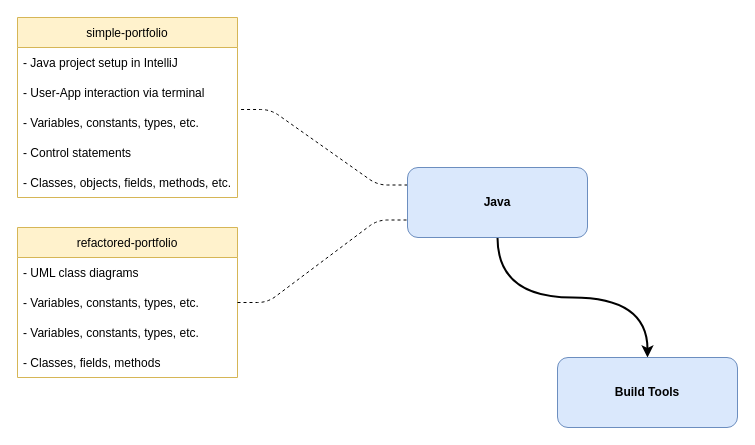
The draw.io diagram programming_journey.drawio in mykingdomforapawn/software-architecture-journey, before the edit. Source tidied: cells renumbered, new cells numbered last; positions are measured from the earlier drawing's top-left corner, leaving out a move shared by most shapes. Both pictures are drawn from the tidied source at 100%, with x=0, y=0 at pixel (17, 17).
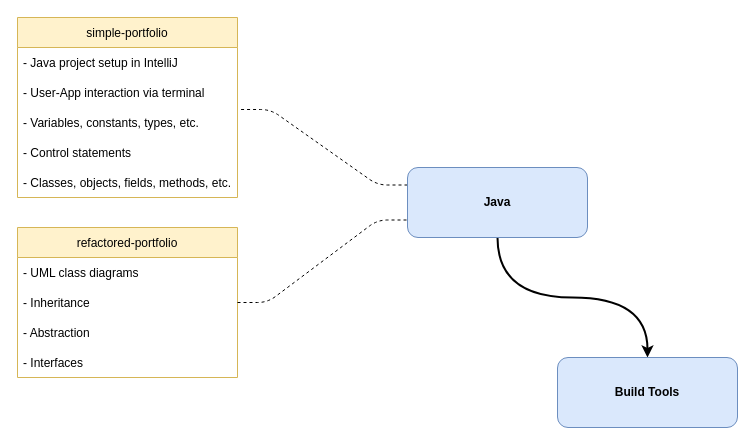
After the change.

Diff of the diagram source:
```diff
@@
 <mxGraphModel background="#ffffff">
   <root>
     <mxCell id="0" />
     <mxCell id="1" parent="0" />
     <mxCell id="2" style="edgeStyle=entityRelationEdgeStyle;jettySize=auto;html=1;entryX=1.014;entryY=0.067;entryDx=0;entryDy=0;entryPerimeter=0;exitX=0;exitY=0.25;exitDx=0;exitDy=0;dashed=1;elbow=vertical;endArrow=none;endFill=0;" parent="1" edge="1" source="4" target="8">
       <mxGeometry relative="1" as="geometry" />
     </mxCell>
     <mxCell id="3" style="edgeStyle=orthogonalEdgeStyle;curved=1;jettySize=auto;html=1;startArrow=none;startFill=0;endArrow=classic;endFill=1;strokeWidth=2;elbow=vertical;" parent="1" edge="1" source="4" target="17">
       <mxGeometry relative="1" as="geometry" />
     </mxCell>
     <mxCell id="4" value="&lt;b&gt;Java&lt;/b&gt;" style="rounded=1;whiteSpace=wrap;html=1;fillColor=#dae8fc;strokeColor=#6c8ebf;" parent="1" vertex="1">
       <mxGeometry x="390" y="150" width="180" height="70" as="geometry" />
     </mxCell>
     <mxCell id="5" value="simple-portfolio" style="swimlane;fontStyle=0;horizontal=1;startSize=30;fillColor=#fff2cc;strokeColor=#d6b656;" parent="1" vertex="1">
       <mxGeometry width="220" height="180" as="geometry" />
     </mxCell>
     <mxCell id="6" value="- Java project setup in IntelliJ" style="text;strokeColor=none;fillColor=none;align=left;verticalAlign=middle;spacingLeft=4;spacingRight=4;overflow=hidden;" parent="5" vertex="1">
       <mxGeometry y="30" width="220" height="30" as="geometry" />
     </mxCell>
     <mxCell id="7" value="- User-App interaction via terminal" style="text;strokeColor=none;fillColor=none;align=left;verticalAlign=middle;spacingLeft=4;spacingRight=4;overflow=hidden;" parent="5" vertex="1">
       <mxGeometry y="60" width="220" height="30" as="geometry" />
     </mxCell>
     <mxCell id="8" value="- Variables, constants, types, etc." style="text;strokeColor=none;fillColor=none;align=left;verticalAlign=middle;spacingLeft=4;spacingRight=4;overflow=hidden;points=[[0,0.5],[1,0.5]];portConstraint=eastwest;" parent="5" vertex="1">
       <mxGeometry y="90" width="220" height="30" as="geometry" />
     </mxCell>
     <mxCell id="9" value="- Control statements" style="text;strokeColor=none;fillColor=none;align=left;verticalAlign=middle;spacingLeft=4;spacingRight=4;overflow=hidden;" parent="5" vertex="1">
       <mxGeometry y="120" width="220" height="30" as="geometry" />
     </mxCell>
     <mxCell id="10" value="- Classes, objects, fields, methods, etc." style="text;strokeColor=none;fillColor=none;align=left;verticalAlign=middle;spacingLeft=4;spacingRight=4;overflow=hidden;" parent="5" vertex="1">
       <mxGeometry y="150" width="220" height="30" as="geometry" />
     </mxCell>
     <mxCell id="11" value="refactored-portfolio" style="swimlane;fontStyle=0;horizontal=1;startSize=30;fillColor=#fff2cc;strokeColor=#d6b656;" parent="1" vertex="1">
       <mxGeometry y="210" width="220" height="150" as="geometry" />
     </mxCell>
     <mxCell id="12" value="- UML class diagrams" style="text;strokeColor=none;fillColor=none;align=left;verticalAlign=middle;spacingLeft=4;spacingRight=4;overflow=hidden;" parent="11" vertex="1">
       <mxGeometry y="30" width="220" height="30" as="geometry" />
     </mxCell>
-    <mxCell id="13" value="- Variables, constants, types, etc." style="text;strokeColor=none;fillColor=none;align=left;verticalAlign=middle;spacingLeft=4;spacingRight=4;overflow=hidden;points=[[0,0.5],[1,0.5]];portConstraint=eastwest;" parent="11" vertex="1">
+    <mxCell id="13" value="- Inheritance" style="text;strokeColor=none;fillColor=none;align=left;verticalAlign=middle;spacingLeft=4;spacingRight=4;overflow=hidden;points=[[0,0.5],[1,0.5]];portConstraint=eastwest;" parent="11" vertex="1">
       <mxGeometry y="60" width="220" height="30" as="geometry" />
     </mxCell>
-    <mxCell id="14" value="- Variables, constants, types, etc." style="text;strokeColor=none;fillColor=none;align=left;verticalAlign=middle;spacingLeft=4;spacingRight=4;overflow=hidden;" parent="11" vertex="1">
+    <mxCell id="14" value="- Abstraction" style="text;strokeColor=none;fillColor=none;align=left;verticalAlign=middle;spacingLeft=4;spacingRight=4;overflow=hidden;" parent="11" vertex="1">
       <mxGeometry y="90" width="220" height="30" as="geometry" />
     </mxCell>
-    <mxCell id="15" value="- Classes, fields, methods" style="text;strokeColor=none;fillColor=none;align=left;verticalAlign=middle;spacingLeft=4;spacingRight=4;overflow=hidden;" parent="11" vertex="1">
+    <mxCell id="15" value="- Interfaces" style="text;strokeColor=none;fillColor=none;align=left;verticalAlign=middle;spacingLeft=4;spacingRight=4;overflow=hidden;" parent="11" vertex="1">
       <mxGeometry y="120" width="220" height="30" as="geometry" />
     </mxCell>
     <mxCell id="16" style="edgeStyle=entityRelationEdgeStyle;jettySize=auto;html=1;exitX=1;exitY=0.5;exitDx=0;exitDy=0;dashed=1;elbow=vertical;endArrow=none;endFill=0;entryX=0;entryY=0.75;entryDx=0;entryDy=0;" parent="1" edge="1" source="13" target="4">
       <mxGeometry relative="1" as="geometry" />
     </mxCell>
     <mxCell id="17" value="&lt;b&gt;Build Tools&lt;/b&gt;" style="rounded=1;whiteSpace=wrap;html=1;fillColor=#dae8fc;strokeColor=#6c8ebf;" parent="1" vertex="1">
       <mxGeometry x="540" y="340" width="180" height="70" as="geometry" />
     </mxCell>
   </root>
 </mxGraphModel>
```
